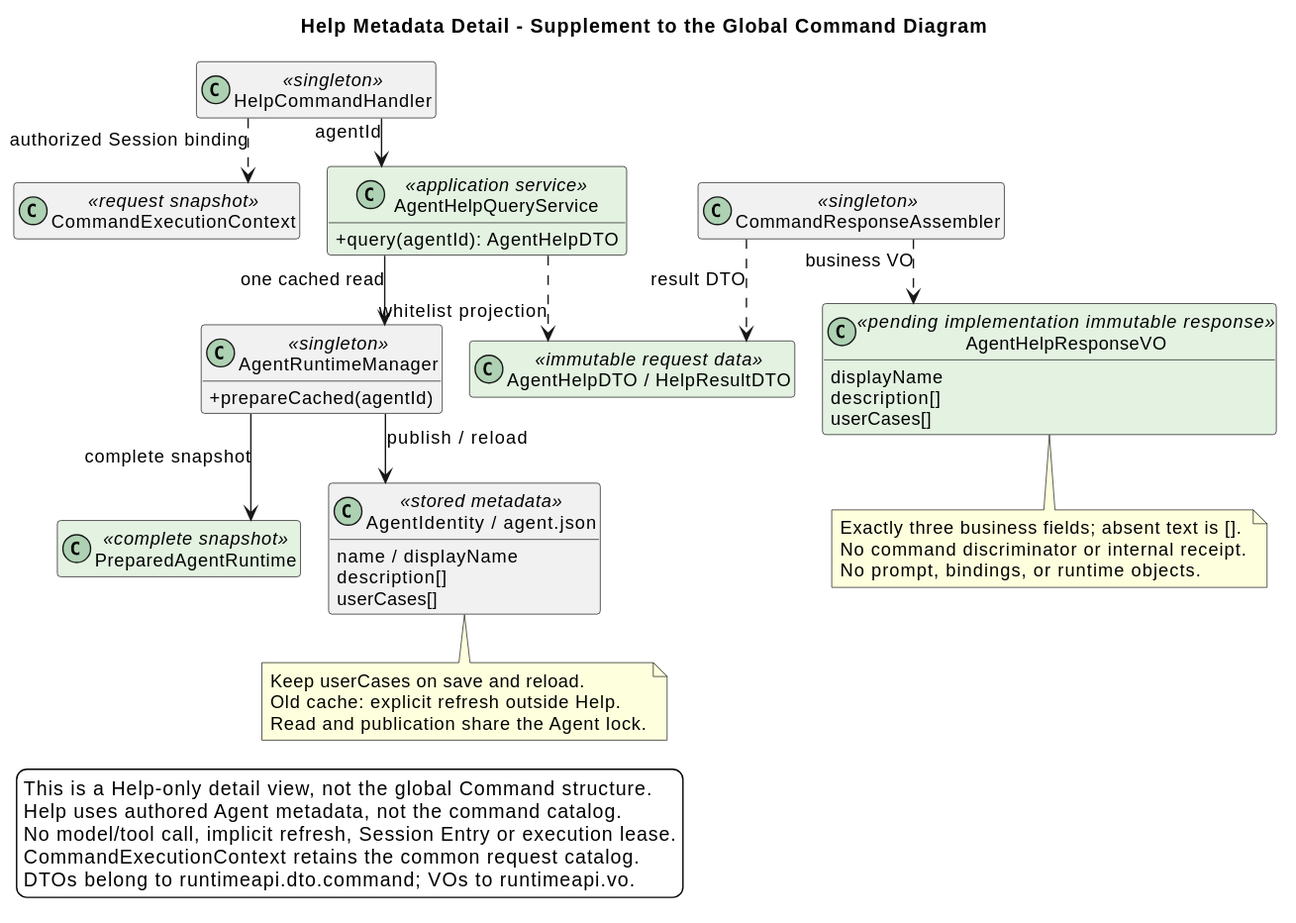
Earlier version of the PlantUML export 04-命令与技能/01-内置命令/Help-Agent使用指南/target_help_metadata_classes.svg (ssm0808/pi-mono-java-design). Its diagram source:
```plantuml
@startuml
top to bottom direction
skinparam backgroundColor white
skinparam shadowing false
skinparam defaultFontName SansSerif
skinparam defaultFontSize 13
skinparam classAttributeIconSize 0
skinparam packageStyle rectangle
skinparam nodesep 20
skinparam ranksep 35
skinparam linetype ortho
hide empty members
title Help Metadata Detail - Supplement to the Global Command Diagram

class CommandExecutionContext <<request snapshot>>
class HelpCommandHandler <<singleton>>
class AgentHelpQueryService <<application service>> #E3F2E1 {
  +query(agentId): AgentHelpDTO
}
class AgentRuntimeManager <<singleton>> {
  +prepareCached(agentId)
}
class PreparedAgentRuntime <<complete snapshot>> #E3F2E1
class "AgentIdentity / agent.json" as AgentIdentity <<stored metadata>> {
  name / displayName
  description[]
  userCases[]
}
class "AgentHelpDTO / HelpResultDTO" as HelpData <<immutable request data>> #E3F2E1
class CommandResponseAssembler <<singleton>>
class AgentHelpResponseVO <<pending implementation immutable response>> #E3F2E1 {
  displayName
  description[]
  userCases[]
}

HelpCommandHandler ..> CommandExecutionContext : authorized Session binding
HelpCommandHandler --> AgentHelpQueryService : agentId
AgentHelpQueryService --> AgentRuntimeManager : one cached read
AgentRuntimeManager --> PreparedAgentRuntime : complete snapshot
AgentRuntimeManager --> AgentIdentity : publish / reload
AgentHelpQueryService ..> HelpData : whitelist projection
CommandResponseAssembler ..> HelpData : result DTO
CommandResponseAssembler ..> AgentHelpResponseVO : business VO

note bottom of AgentIdentity
Keep userCases on save and reload.
Old cache: explicit refresh outside Help.
Read and publication share the Agent lock.
end note

note bottom of AgentHelpResponseVO
Exactly three business fields; absent text is [].
No command discriminator or internal receipt.
No prompt, bindings, or runtime objects.
end note

legend bottom left
This is a Help-only detail view, not the global Command structure.
Help uses authored Agent metadata, not the command catalog.
No model/tool call, implicit refresh, Session Entry or execution lease.
CommandExecutionContext retains the common request catalog.
DTOs belong to runtimeapi.dto.command; VOs to runtimeapi.vo.
endlegend
@enduml
```
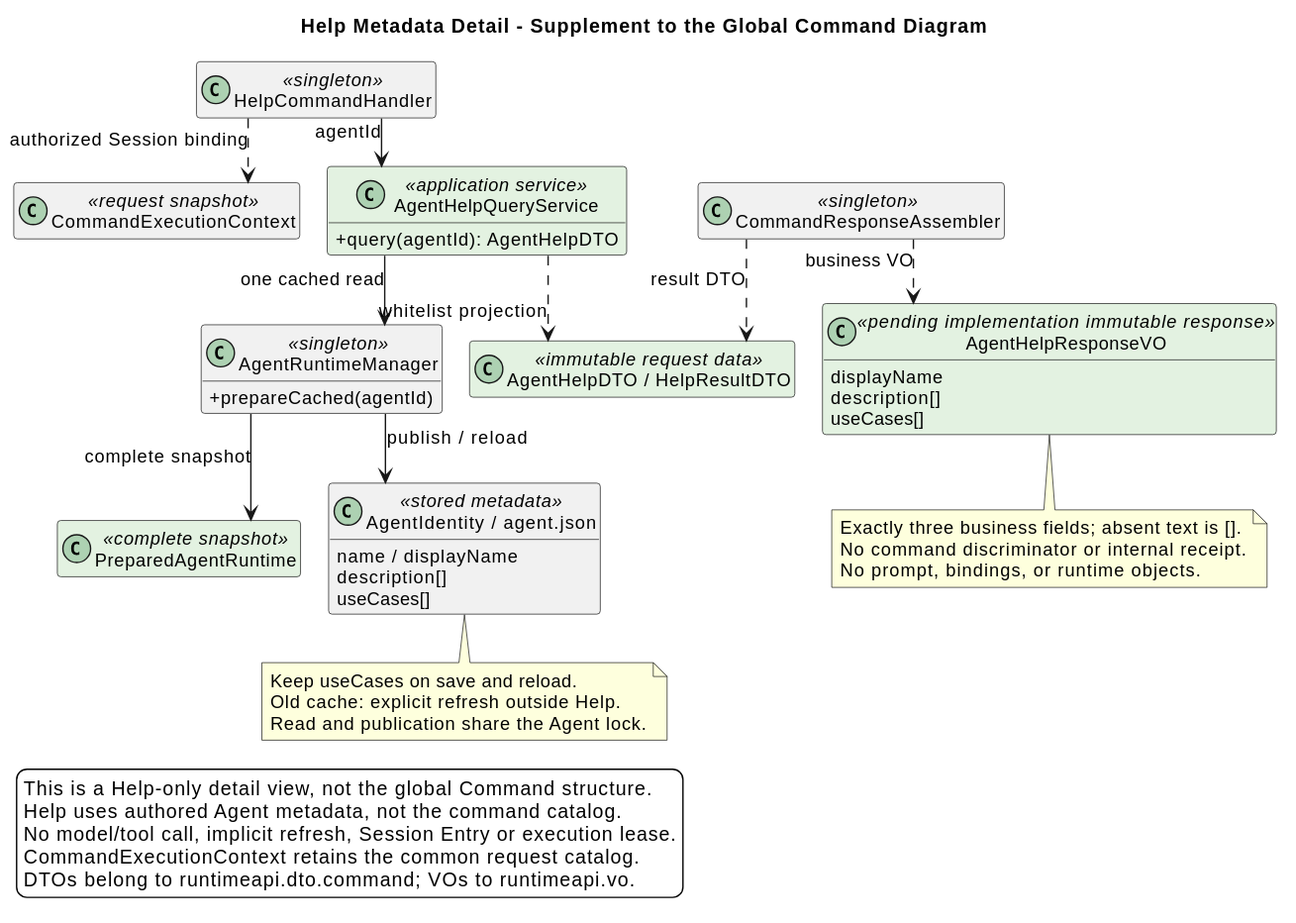
After the commit.

Change to the diagram source:
```diff
@@ -24,14 +24,14 @@
 class "AgentIdentity / agent.json" as AgentIdentity <<stored metadata>> {
   name / displayName
   description[]
-  userCases[]
+  useCases[]
 }
 class "AgentHelpDTO / HelpResultDTO" as HelpData <<immutable request data>> #E3F2E1
 class CommandResponseAssembler <<singleton>>
 class AgentHelpResponseVO <<pending implementation immutable response>> #E3F2E1 {
   displayName
   description[]
-  userCases[]
+  useCases[]
 }
 
 HelpCommandHandler ..> CommandExecutionContext : authorized Session binding
@@ -44,7 +44,7 @@
 CommandResponseAssembler ..> AgentHelpResponseVO : business VO
 
 note bottom of AgentIdentity
-Keep userCases on save and reload.
+Keep useCases on save and reload.
 Old cache: explicit refresh outside Help.
 Read and publication share the Agent lock.
 end note
```
